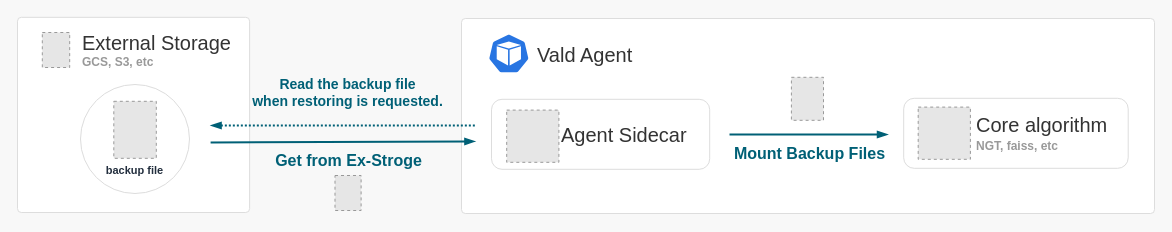
vdaas/vald keeps this draw.io diagram as page "sidecar_restore" (3 of 4) of assets/docs/overview/component/agent/agent.drawio. Above is the earlier version. Source tidied: cells renumbered, new cells numbered last; positions are measured from the earlier drawing's top-left corner, leaving out a move shared by most shapes. Both pictures are drawn from the tidied source at 100%, with x=0, y=0 at pixel (17, 17). Pictures stored in the file or linked from it are replaced by grey dashed boxes.
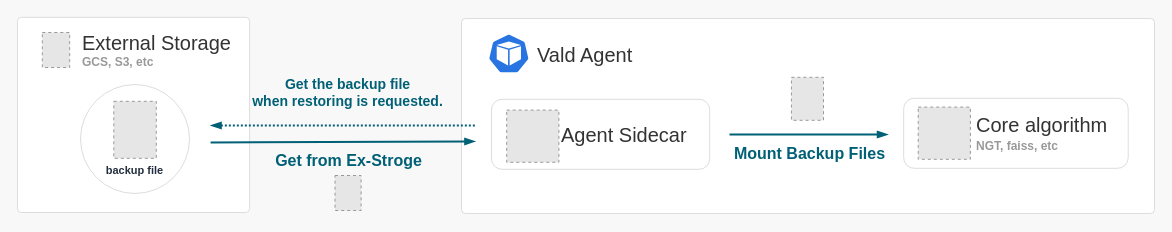
After the change.

Diff of the diagram source:
```diff
@@
-    <mxCell id="27" value="&lt;font color=&quot;#006076&quot; style=&quot;font-size: 14px;&quot;&gt;&lt;span style=&quot;font-size: 14px;&quot;&gt;Read the backup file &lt;br style=&quot;font-size: 14px;&quot;&gt;when restoring is requested.&lt;/span&gt;&lt;/font&gt;" style="text;html=1;align=center;verticalAlign=middle;strokeColor=none;fillColor=none;fontSize=14;shadow=0;fontStyle=1;" parent="1" vertex="1">
+    <mxCell id="27" value="&lt;font color=&quot;#006076&quot; style=&quot;font-size: 14px;&quot;&gt;&lt;span style=&quot;font-size: 14px;&quot;&gt;Get the backup file &lt;br style=&quot;font-size: 14px;&quot;&gt;when restoring is requested.&lt;/span&gt;&lt;/font&gt;" style="text;html=1;align=center;verticalAlign=middle;strokeColor=none;fillColor=none;fontSize=14;shadow=0;fontStyle=1;" parent="1" vertex="1">
       <mxGeometry x="225" y="51.6" width="209" height="46" as="geometry" />
     </mxCell>
```
